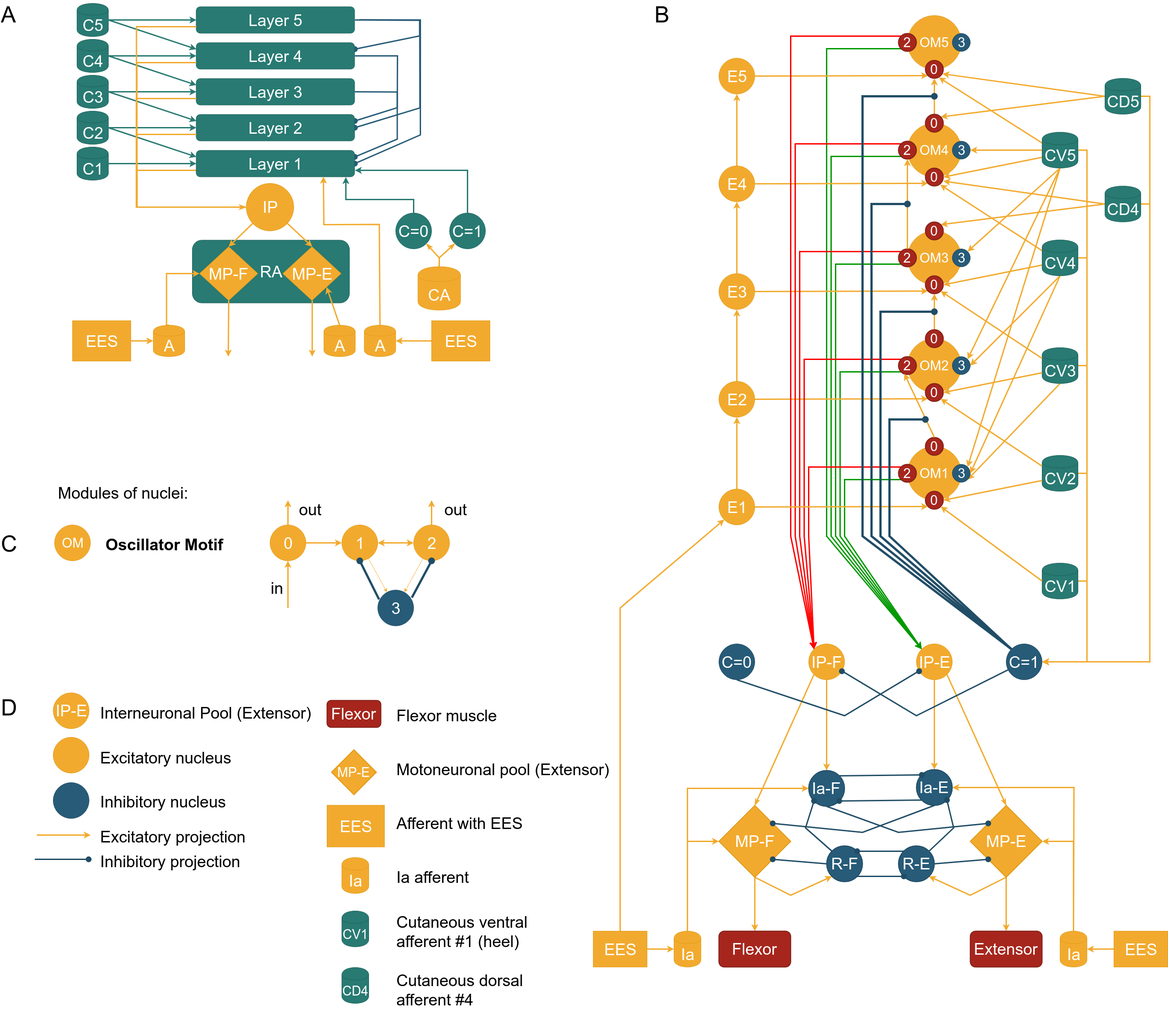
This is doc/diagram/cpg_FE_combined.png from research-team/memristive-spinal-cord, a draw.io export, as it was before one commit. Source tidied: cells renumbered, new cells last; positions are measured from the earlier drawing's top-left corner, leaving out a move shared by most shapes.
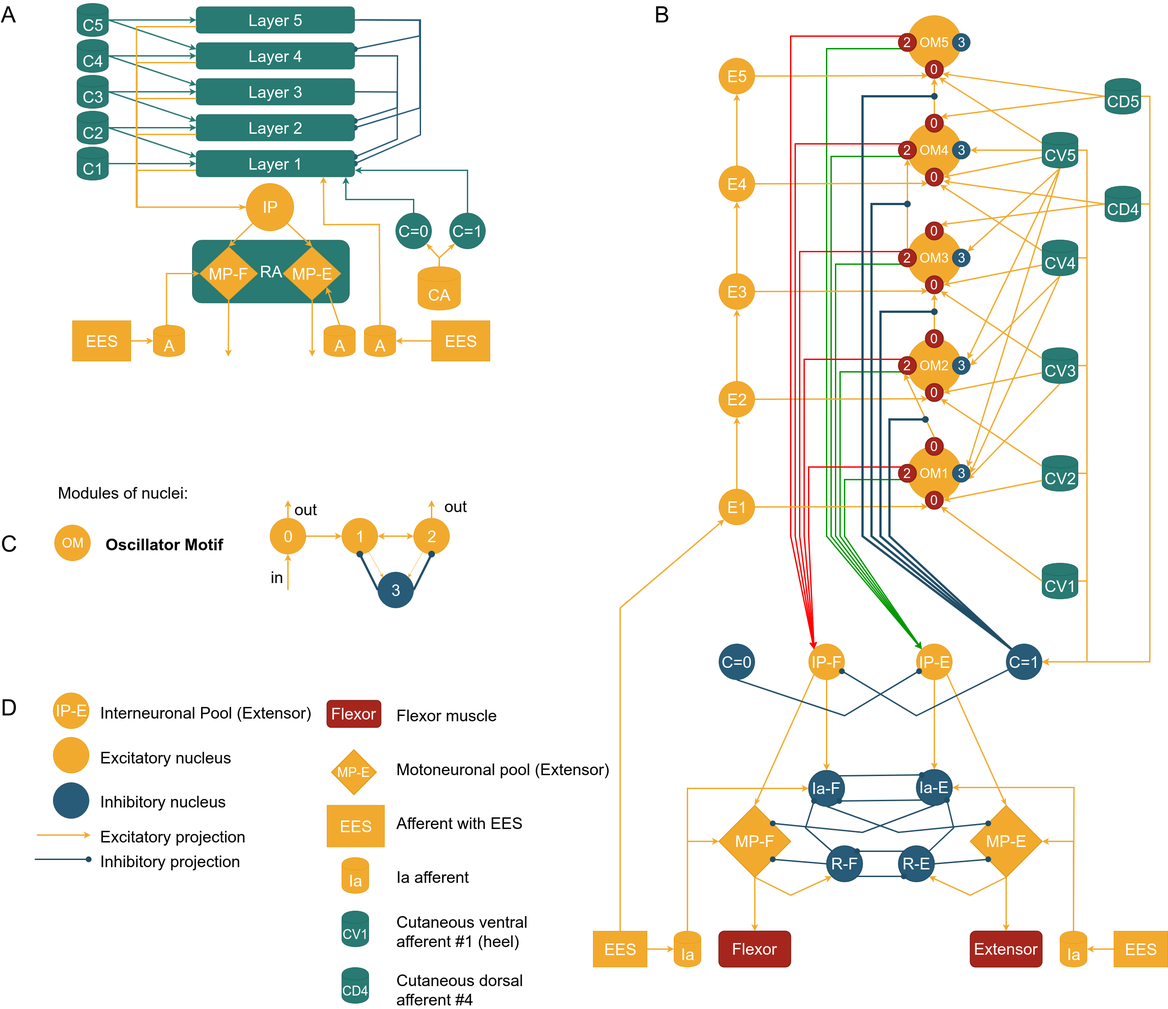
The same file after the commit.

Commit message:
MN: completed motifs

The edit, as a diff of the source:
```diff
@@ -20,28 +20,28 @@
     <mxCell id="5" style="edgeStyle=none;rounded=0;comic=0;html=1;shadow=0;labelBackgroundColor=none;startArrow=classic;startFill=1;startSize=6;endArrow=classic;endFill=1;endSize=6;jettySize=auto;strokeColor=#F2AA2E;strokeWidth=3;fillColor=#ffcd28;gradientColor=#ffa500;fontSize=30;fontColor=#000000;align=center;entryX=0;entryY=0.5;" parent="1" edge="1" source="7" target="9">
       <mxGeometry relative="1" as="geometry" />
     </mxCell>
-    <mxCell id="6" style="edgeStyle=none;rounded=0;comic=0;html=1;shadow=0;labelBackgroundColor=none;startArrow=none;startFill=0;startSize=6;endArrow=classic;endFill=1;endSize=6;jettySize=auto;strokeColor=#F2AA2E;strokeWidth=1;fillColor=#ffcd28;gradientColor=#ffa500;fontSize=30;fontColor=#000000;align=center;" parent="1" edge="1" source="7" target="10">
+    <mxCell id="6" style="edgeStyle=none;rounded=0;comic=0;html=1;shadow=0;labelBackgroundColor=none;startArrow=none;startFill=0;startSize=6;endArrow=classic;endFill=1;endSize=6;jettySize=auto;strokeColor=#F2AA2E;strokeWidth=1;fillColor=#ffcd28;gradientColor=#ffa500;fontSize=30;fontColor=#000000;align=center;entryX=0;entryY=0;entryDx=0;entryDy=0;" parent="1" edge="1" source="7" target="10">
       <mxGeometry relative="1" as="geometry" />
     </mxCell>
     <mxCell id="7" value="&lt;font style=&quot;font-size: 36px&quot;&gt;1&lt;/font&gt;" style="ellipse;whiteSpace=wrap;html=1;rounded=0;shadow=0;glass=0;comic=0;labelBackgroundColor=none;strokeColor=#E09A14;strokeWidth=1;fillColor=#f2aa2e;fontSize=30;fontColor=#FFFFFF;align=center;gradientColor=none;" parent="1" vertex="1">
-      <mxGeometry x="761" y="1169" width="80" height="80" as="geometry" />
+      <mxGeometry x="761" y="1154" width="80" height="80" as="geometry" />
     </mxCell>
-    <mxCell id="8" style="edgeStyle=none;rounded=0;comic=0;html=1;shadow=0;labelBackgroundColor=none;startArrow=none;startFill=0;startSize=6;endArrow=classic;endFill=1;endSize=6;jettySize=auto;strokeColor=#F2AA2E;strokeWidth=1;fillColor=#ffcd28;gradientColor=#ffa500;fontSize=30;fontColor=#000000;align=center;" parent="1" edge="1" source="9" target="10">
+    <mxCell id="8" style="edgeStyle=none;rounded=0;comic=0;html=1;shadow=0;labelBackgroundColor=none;startArrow=none;startFill=0;startSize=6;endArrow=classic;endFill=1;endSize=6;jettySize=auto;strokeColor=#F2AA2E;strokeWidth=1;fillColor=#ffcd28;gradientColor=#ffa500;fontSize=30;fontColor=#000000;align=center;entryX=1;entryY=0;entryDx=0;entryDy=0;" parent="1" edge="1" source="9" target="10">
       <mxGeometry relative="1" as="geometry" />
     </mxCell>
     <mxCell id="9" value="&lt;font style=&quot;font-size: 36px&quot;&gt;2&lt;/font&gt;" style="ellipse;whiteSpace=wrap;html=1;rounded=0;shadow=0;glass=0;comic=0;labelBackgroundColor=none;strokeColor=#E09A14;strokeWidth=1;fillColor=#f2aa2e;fontSize=30;fontColor=#FFFFFF;align=center;gradientColor=none;" parent="1" vertex="1">
-      <mxGeometry x="921" y="1169" width="80" height="80" as="geometry" />
+      <mxGeometry x="921" y="1154" width="80" height="80" as="geometry" />
     </mxCell>
     <mxCell id="10" value="&lt;font style=&quot;font-size: 36px&quot;&gt;3&lt;/font&gt;" style="ellipse;whiteSpace=wrap;html=1;rounded=0;shadow=0;glass=0;comic=0;labelBackgroundColor=none;strokeColor=#214D66;strokeWidth=1;fillColor=#275b78;fontSize=30;fontColor=#FFFFFF;align=center;gradientColor=none;" parent="1" vertex="1">
-      <mxGeometry x="841" y="1314" width="80" height="80" as="geometry" />
+      <mxGeometry x="841" y="1274" width="80" height="80" as="geometry" />
     </mxCell>
     <mxCell id="11" value="&lt;span style=&quot;font-size: 36px&quot;&gt;&lt;b&gt;Oscillator&lt;/b&gt;&lt;/span&gt;&lt;b style=&quot;font-size: 36px&quot;&gt;&amp;nbsp;Motif&lt;/b&gt;&lt;br&gt;" style="text;html=1;align=left;verticalAlign=top;spacingTop=-4;fontSize=30;fontColor=#000000;" parent="1" vertex="1">
       <mxGeometry x="232.5" y="1189" width="280" height="40" as="geometry" />
     </mxCell>
-    <mxCell id="12" style="edgeStyle=none;rounded=0;comic=0;html=1;shadow=0;labelBackgroundColor=none;startArrow=none;startFill=0;startSize=6;endArrow=oval;endFill=1;endSize=10;jettySize=auto;strokeColor=#214D66;strokeWidth=5;fillColor=#dae8fc;gradientColor=#7ea6e0;fontSize=30;fontColor=#000000;align=center;entryX=0.5;entryY=1;exitX=0.039;exitY=0.265;exitDx=0;exitDy=0;exitPerimeter=0;" parent="1" edge="1" source="10" target="7">
+    <mxCell id="12" style="edgeStyle=none;rounded=0;comic=0;html=1;shadow=0;labelBackgroundColor=none;startArrow=none;startFill=0;startSize=6;endArrow=oval;endFill=1;endSize=10;jettySize=auto;strokeColor=#214D66;strokeWidth=5;fillColor=#dae8fc;gradientColor=#7ea6e0;fontSize=30;fontColor=#000000;align=center;entryX=0.5;entryY=1;exitX=0;exitY=0.5;exitDx=0;exitDy=0;" parent="1" edge="1" source="10" target="7">
       <mxGeometry relative="1" as="geometry" />
     </mxCell>
-    <mxCell id="13" style="edgeStyle=none;rounded=0;comic=0;html=1;shadow=0;labelBackgroundColor=none;startArrow=none;startFill=0;startSize=6;endArrow=oval;endFill=1;endSize=10;jettySize=auto;strokeColor=#214D66;strokeWidth=5;fillColor=#dae8fc;gradientColor=#7ea6e0;fontSize=30;fontColor=#000000;align=center;entryX=0.5;entryY=1;exitX=0.949;exitY=0.217;exitDx=0;exitDy=0;exitPerimeter=0;" parent="1" edge="1" source="10" target="9">
+    <mxCell id="13" style="edgeStyle=none;rounded=0;comic=0;html=1;shadow=0;labelBackgroundColor=none;startArrow=none;startFill=0;startSize=6;endArrow=oval;endFill=1;endSize=10;jettySize=auto;strokeColor=#214D66;strokeWidth=5;fillColor=#dae8fc;gradientColor=#7ea6e0;fontSize=30;fontColor=#000000;align=center;entryX=0.5;entryY=1;exitX=1;exitY=0.5;exitDx=0;exitDy=0;" parent="1" edge="1" source="10" target="9">
       <mxGeometry relative="1" as="geometry" />
     </mxCell>
     <mxCell id="14" style="edgeStyle=none;rounded=0;comic=0;html=1;shadow=0;labelBackgroundColor=none;startArrow=none;startFill=0;startSize=6;endArrow=classic;endFill=1;endSize=6;jettySize=auto;strokeColor=#F2AA2E;strokeWidth=3;fillColor=#ffcd28;gradientColor=#ffa500;fontSize=30;fontColor=#000000;align=center;entryX=0;entryY=0.5;exitX=0.5;exitY=0;exitDx=0;exitDy=0;entryDx=0;entryDy=0;" parent="1" edge="1" source="180" target="7">
@@ -784,7 +784,7 @@
       <mxGeometry x="2321" y="1014" width="80" height="80" as="geometry" />
     </mxCell>
     <mxCell id="180" value="&lt;font style=&quot;font-size: 36px&quot;&gt;0&lt;/font&gt;" style="ellipse;whiteSpace=wrap;html=1;rounded=0;shadow=0;glass=0;comic=0;labelBackgroundColor=none;strokeColor=#E09A14;strokeWidth=1;fillColor=#f2aa2e;fontSize=30;fontColor=#FFFFFF;align=center;gradientColor=none;direction=south;" parent="1" vertex="1">
-      <mxGeometry x="601" y="1169" width="80" height="80" as="geometry" />
+      <mxGeometry x="601" y="1154" width="80" height="80" as="geometry" />
     </mxCell>
     <mxCell id="181" value="3" style="ellipse;whiteSpace=wrap;html=1;fontSize=30;verticalAlign=middle;align=center;fillColor=#275B78;strokeColor=#1D4459;rounded=0;shadow=0;fontColor=#FFFFFF;strokeWidth=1;gradientColor=none;glass=0;labelBackgroundColor=none;" parent="1" vertex="1">
       <mxGeometry x="2121" y="74" width="40" height="40" as="geometry" />
@@ -872,16 +872,16 @@
     </mxCell>
     <mxCell id="209" style="edgeStyle=none;rounded=0;comic=0;html=1;shadow=0;labelBackgroundColor=none;startArrow=none;startFill=0;startSize=6;endArrow=classic;endFill=1;endSize=6;jettySize=auto;strokeColor=#F2AA2E;strokeWidth=3;fillColor=#ffcd28;gradientColor=#ffa500;fontSize=30;fontColor=#000000;align=center;entryX=1;entryY=0.5;entryDx=0;entryDy=0;" parent="1" edge="1" target="180">
       <mxGeometry relative="1" as="geometry">
-        <mxPoint x="641" y="1354" as="sourcePoint" />
+        <mxPoint x="641" y="1314" as="sourcePoint" />
       </mxGeometry>
     </mxCell>
     <mxCell id="210" value="&lt;font style=&quot;font-size: 36px&quot;&gt;in&lt;/font&gt;" style="text;html=1;align=left;verticalAlign=middle;labelBackgroundColor=none;fontSize=30;fontColor=#000000;" parent="209" vertex="1">
       <mxGeometry x="-0.54" y="-3" relative="1" as="geometry">
-        <mxPoint x="-43" y="-21.5" as="offset" />
+        <mxPoint x="-43" y="-11.5" as="offset" />
       </mxGeometry>
     </mxCell>
     <mxCell id="211" value="&lt;font style=&quot;font-size: 36px&quot;&gt;out&lt;/font&gt;" style="edgeStyle=none;rounded=0;comic=0;html=1;shadow=0;labelBackgroundColor=none;startArrow=none;startFill=0;startSize=6;endArrow=classic;endFill=1;endSize=6;jettySize=auto;strokeColor=#F2AA2E;strokeWidth=3;fillColor=#ffcd28;gradientColor=#ffa500;fontSize=30;fontColor=#000000;align=center;exitX=0;exitY=0.5;exitDx=0;exitDy=0;" parent="1" edge="1" source="180">
-      <mxGeometry x="0.27" y="-50" relative="1" as="geometry">
+      <mxGeometry x="0.01" y="-40" relative="1" as="geometry">
         <mxPoint x="641" y="1114" as="targetPoint" />
       </mxGeometry>
     </mxCell>
```
